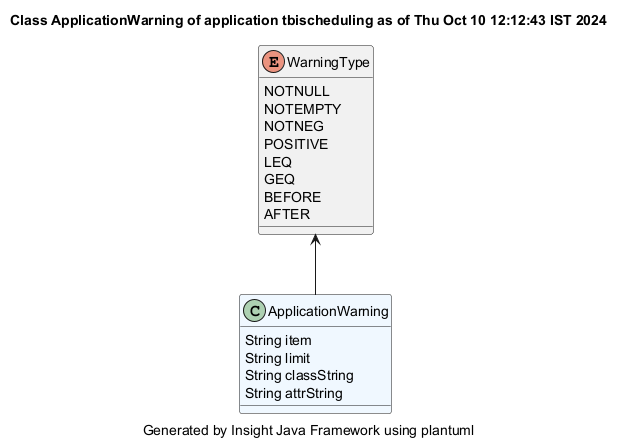
Before: demonstrator/tbischeduling/site/plantuml/ApplicationWarning.png, a diagram exported from PlantUML (hsimonis/schedulingtraining).
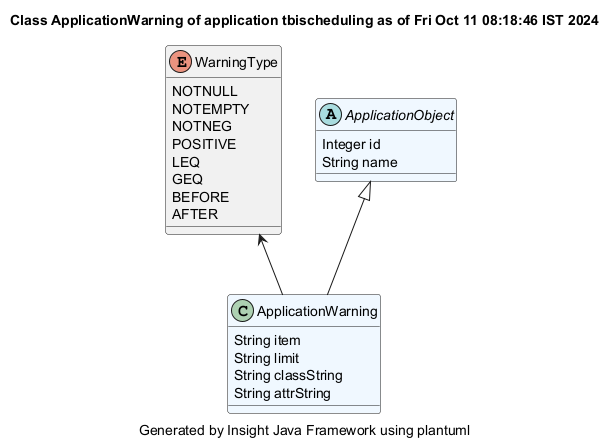
The same diagram one commit later.

Change to the diagram source:
```diff
@@ -1,5 +1,5 @@
 @startuml
-title Class ApplicationWarning of application tbischeduling as of Thu Oct 10 12:12:43 IST 2024
+title Class ApplicationWarning of application tbischeduling as of Fri Oct 11 08:18:46 IST 2024
 caption Generated by Insight Java Framework using plantuml
 class ApplicationWarning #aliceblue
 ApplicationWarning : String item
@@ -17,4 +17,9 @@
 WarningType : BEFORE
 WarningType : AFTER
 WarningType <-- ApplicationWarning
+abstract ApplicationObject #aliceblue
+ApplicationObject : Integer id
+ApplicationObject : String name
+
+ApplicationObject <|-- ApplicationWarning
 @enduml
```
